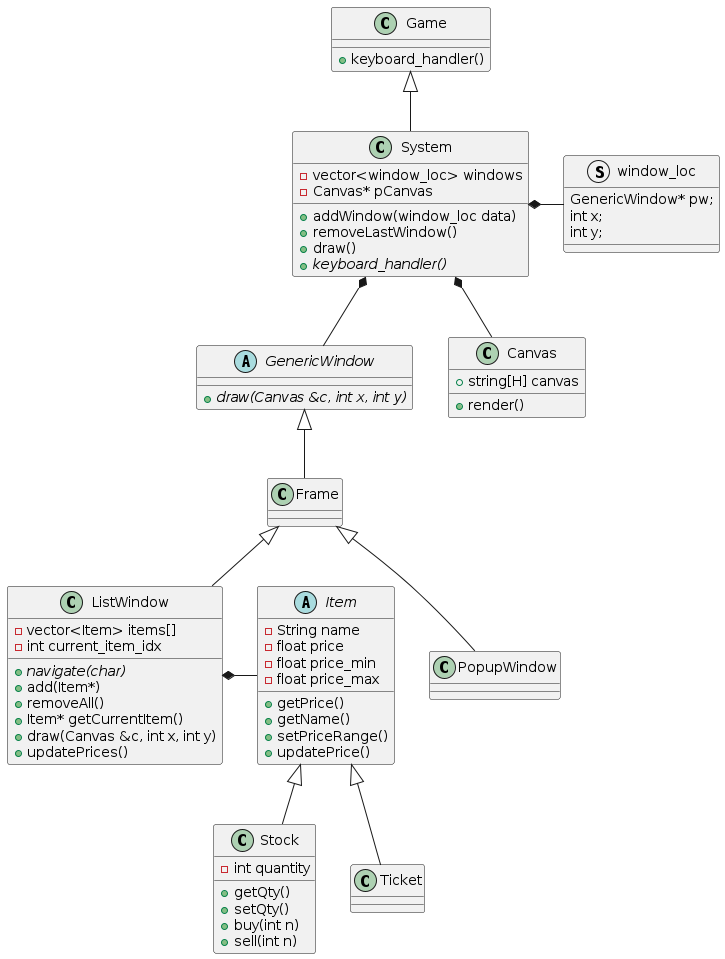
plpabla/dealg keeps this PlantUML diagram as out/doc/high_level/high_level.png. Above is the earlier version.
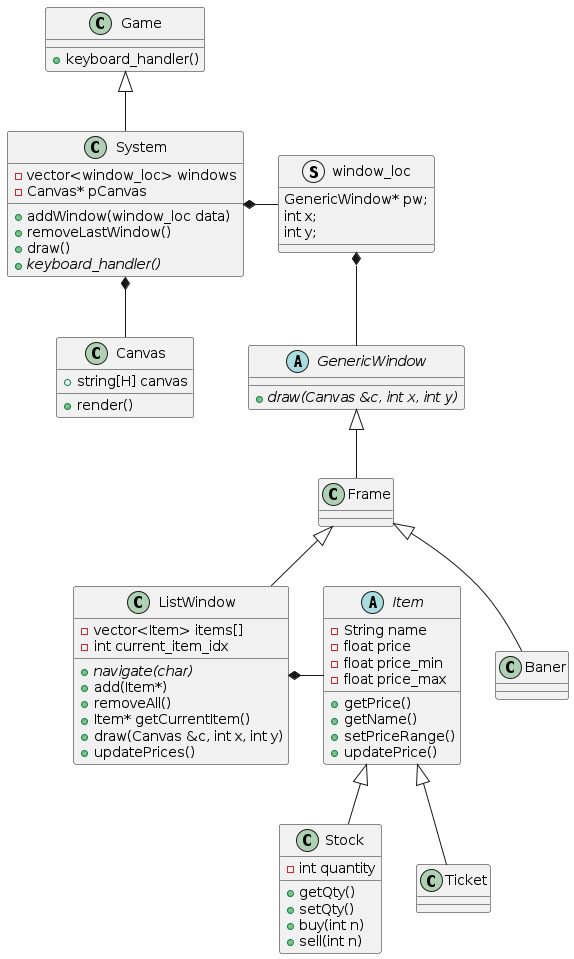
After the change.

Commit message:
Update uml diagram

Change to the diagram source:
```diff
@@ -38,10 +38,10 @@
 }
 
 System *-- Canvas
-System *-- GenericWindow
+window_loc *-- GenericWindow
 
 
-class PopupWindow
+class Baner
 class Frame
 class ListWindow
 {
@@ -55,7 +55,7 @@
     + updatePrices()
 }
 Frame <|-- ListWindow
-Frame <|-- PopupWindow
+Frame <|-- Baner
 GenericWindow <|-- Frame
 
 abstract Item
```
